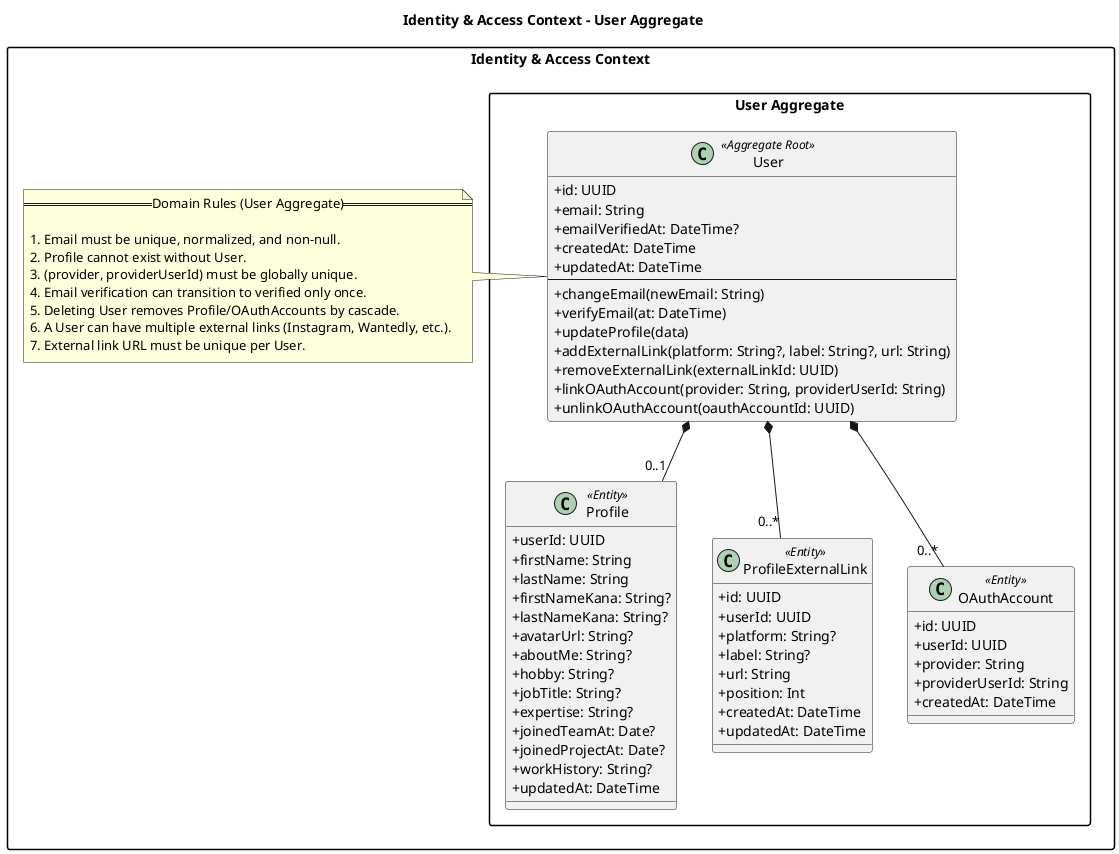
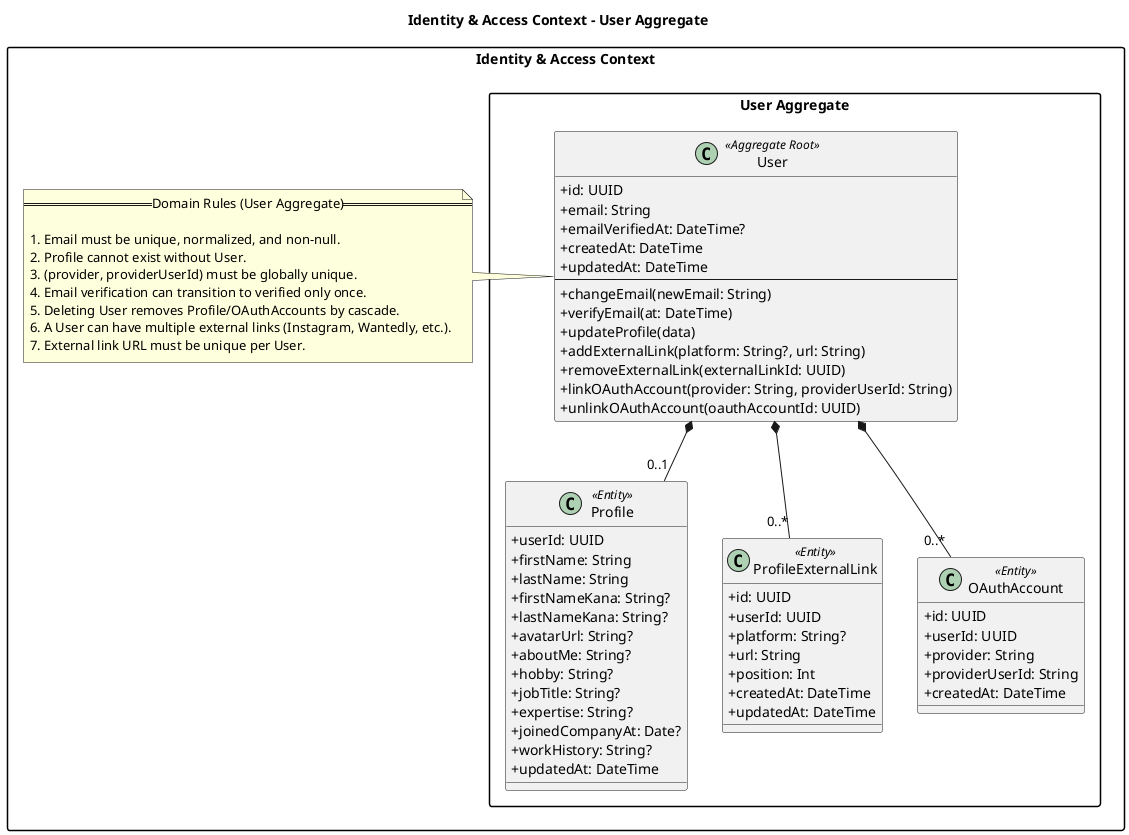
@startuml
title Identity & Access Context - User Aggregate

skinparam packageStyle rectangle
skinparam shadowing false
skinparam classAttributeIconSize 0

package "Identity & Access Context" {

  package "User Aggregate" {

    class User <<Aggregate Root>> {
      +id: UUID
      +email: String
      +emailVerifiedAt: DateTime?
      +createdAt: DateTime
      +updatedAt: DateTime
      --
      +changeEmail(newEmail: String)
      +verifyEmail(at: DateTime)
      +updateProfile(data)
-       +addExternalLink(platform: String?, label: String?, url: String)
+       +addExternalLink(platform: String?, url: String)
      +removeExternalLink(externalLinkId: UUID)
      +linkOAuthAccount(provider: String, providerUserId: String)
      +unlinkOAuthAccount(oauthAccountId: UUID)
    }

    class Profile <<Entity>> {
      +userId: UUID
      +firstName: String
      +lastName: String
      +firstNameKana: String?
      +lastNameKana: String?
      +avatarUrl: String?
      +aboutMe: String?
      +hobby: String?
      +jobTitle: String?
      +expertise: String?
-       +joinedTeamAt: Date?
-       +joinedProjectAt: Date?
+       +joinedCompanyAt: Date?
      +workHistory: String?
      +updatedAt: DateTime
    }

    class ProfileExternalLink <<Entity>> {
      +id: UUID
      +userId: UUID
      +platform: String?
-       +label: String?
      +url: String
      +position: Int
      +createdAt: DateTime
      +updatedAt: DateTime
    }

    class OAuthAccount <<Entity>> {
      +id: UUID
      +userId: UUID
      +provider: String
      +providerUserId: String
      +createdAt: DateTime
    }

    User *-- "0..1" Profile
    User *-- "0..*" ProfileExternalLink
    User *-- "0..*" OAuthAccount
  }

  note right of User
  == Domain Rules (User Aggregate) ==

  1. Email must be unique, normalized, and non-null.
  2. Profile cannot exist without User.
  3. (provider, providerUserId) must be globally unique.
  4. Email verification can transition to verified only once.
  5. Deleting User removes Profile/OAuthAccounts by cascade.
  6. A User can have multiple external links (Instagram, Wantedly, etc.).
  7. External link URL must be unique per User.
  end note

}

@enduml